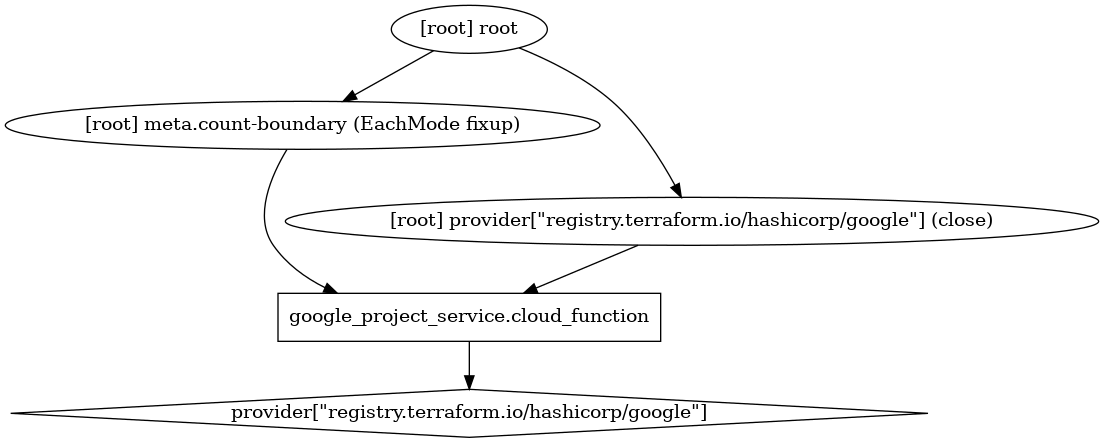
Earlier version of the Graphviz export paper/code/graph.png (devsecfranklin/model-graph-neural-net). Its source is kept beside it as paper/code/graph.dot. Source of this version:
```dot
digraph {
	graph [bb="0,0,819.75,324",
		compound=true,
		newrank=true
	];
	node [label="\N"];
	subgraph root {
		"[root] google_project_service.cloud_function (expand)"	[height=0.5,
			label="google_project_service.cloud_function",
			pos="347.93,90",
			shape=box,
			width=3.9861];
		"[root] provider[\"registry.terraform.io/hashicorp/google\"]"	[height=0.5,
			label="provider[\"registry.terraform.io/hashicorp/google\"]",
			pos="347.93,18",
			shape=diamond,
			width=9.549];
		"[root] google_project_service.cloud_function (expand)" -> "[root] provider[\"registry.terraform.io/hashicorp/google\"]"	[minlen=1,
			pos="e,347.93,36.104 347.93,71.697 347.93,63.983 347.93,54.712 347.93,46.112"];
		"[root] meta.count-boundary (EachMode fixup)"	[height=0.5,
			pos="222.93,234",
			width=6.1925];
		"[root] meta.count-boundary (EachMode fixup)" -> "[root] google_project_service.cloud_function (expand)"	[pos="e,248.93,108.05 211.05,215.75 199.5,196.62 185.74,165.62 200.93,144 210.71,130.08 224.51,119.8 239.79,112.21"];
		"[root] provider[\"registry.terraform.io/hashicorp/google\"] (close)"	[height=0.5,
			pos="514.93,162",
			width=8.4673];
		"[root] provider[\"registry.terraform.io/hashicorp/google\"] (close)" -> "[root] google_project_service.cloud_function (expand)"	[pos="e,388.56,108.03 474.5,144.05 451.49,134.41 422.48,122.25 398.03,112"];
		"[root] root"	[height=0.5,
			pos="347.93,306",
			width=1.6249];
		"[root] root" -> "[root] meta.count-boundary (EachMode fixup)"	[minlen=1,
			pos="e,253.21,251.96 321.11,289.98 303.9,280.34 281.25,267.66 262.04,256.9"];
		"[root] root" -> "[root] provider[\"registry.terraform.io/hashicorp/google\"] (close)"	[minlen=2,
			pos="e,506.89,180.01 385.18,292.12 407.16,283.24 434.57,269.81 454.93,252 475.18,234.29 491.67,208.24 502.2,188.9"];
	}
}
```
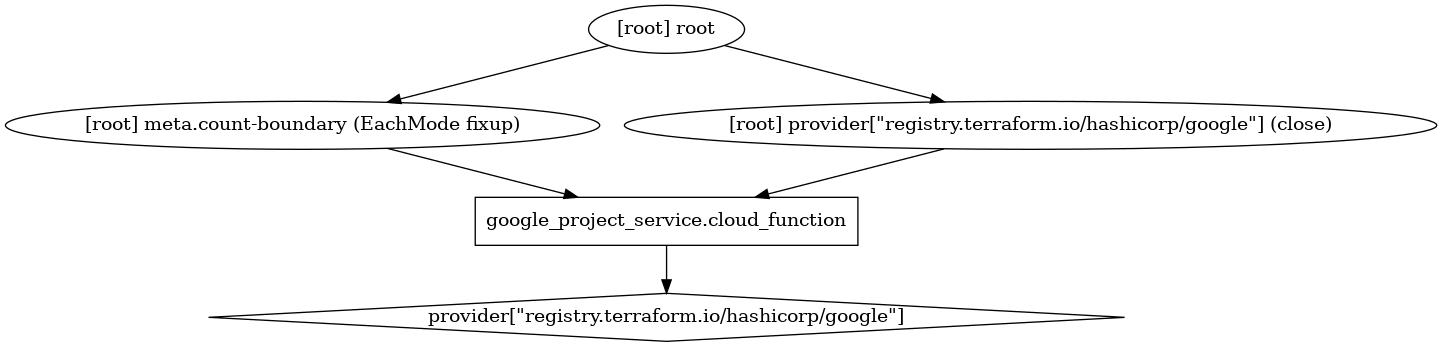
Above is the later version.

The edit, as a diff of the source:
```diff
@@ -1,36 +1,13 @@
 digraph {
-	graph [bb="0,0,819.75,324",
-		compound=true,
-		newrank=true
-	];
-	node [label="\N"];
-	subgraph root {
-		"[root] google_project_service.cloud_function (expand)"	[height=0.5,
-			label="google_project_service.cloud_function",
-			pos="347.93,90",
-			shape=box,
-			width=3.9861];
-		"[root] provider[\"registry.terraform.io/hashicorp/google\"]"	[height=0.5,
-			label="provider[\"registry.terraform.io/hashicorp/google\"]",
-			pos="347.93,18",
-			shape=diamond,
-			width=9.549];
-		"[root] google_project_service.cloud_function (expand)" -> "[root] provider[\"registry.terraform.io/hashicorp/google\"]"	[minlen=1,
-			pos="e,347.93,36.104 347.93,71.697 347.93,63.983 347.93,54.712 347.93,46.112"];
-		"[root] meta.count-boundary (EachMode fixup)"	[height=0.5,
-			pos="222.93,234",
-			width=6.1925];
-		"[root] meta.count-boundary (EachMode fixup)" -> "[root] google_project_service.cloud_function (expand)"	[pos="e,248.93,108.05 211.05,215.75 199.5,196.62 185.74,165.62 200.93,144 210.71,130.08 224.51,119.8 239.79,112.21"];
-		"[root] provider[\"registry.terraform.io/hashicorp/google\"] (close)"	[height=0.5,
-			pos="514.93,162",
-			width=8.4673];
-		"[root] provider[\"registry.terraform.io/hashicorp/google\"] (close)" -> "[root] google_project_service.cloud_function (expand)"	[pos="e,388.56,108.03 474.5,144.05 451.49,134.41 422.48,122.25 398.03,112"];
-		"[root] root"	[height=0.5,
-			pos="347.93,306",
-			width=1.6249];
-		"[root] root" -> "[root] meta.count-boundary (EachMode fixup)"	[minlen=1,
-			pos="e,253.21,251.96 321.11,289.98 303.9,280.34 281.25,267.66 262.04,256.9"];
-		"[root] root" -> "[root] provider[\"registry.terraform.io/hashicorp/google\"] (close)"	[minlen=2,
-			pos="e,506.89,180.01 385.18,292.12 407.16,283.24 434.57,269.81 454.93,252 475.18,234.29 491.67,208.24 502.2,188.9"];
+	compound = "true"
+	newrank = "true"
+	subgraph "root" {
+		"[root] google_project_service.cloud_function (expand)" [label = "google_project_service.cloud_function", shape = "box"]
+		"[root] provider[\"registry.terraform.io/hashicorp/google\"]" [label = "provider[\"registry.terraform.io/hashicorp/google\"]", shape = "diamond"]
+		"[root] google_project_service.cloud_function (expand)" -> "[root] provider[\"registry.terraform.io/hashicorp/google\"]"
+		"[root] meta.count-boundary (EachMode fixup)" -> "[root] google_project_service.cloud_function (expand)"
+		"[root] provider[\"registry.terraform.io/hashicorp/google\"] (close)" -> "[root] google_project_service.cloud_function (expand)"
+		"[root] root" -> "[root] meta.count-boundary (EachMode fixup)"
+		"[root] root" -> "[root] provider[\"registry.terraform.io/hashicorp/google\"] (close)"
 	}
 }
```
